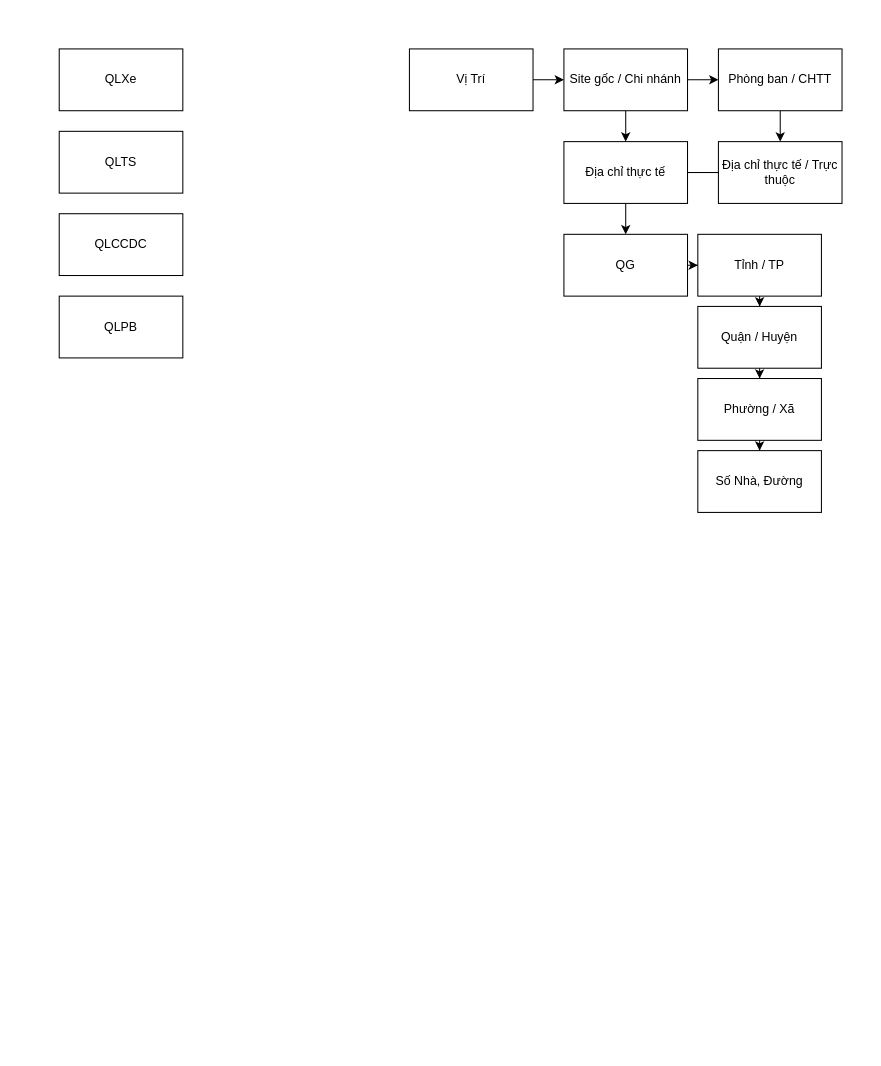
The draw.io diagram MAA.drawio in NTcse/draw, before the edit. Source tidied: cells renumbered, new cells numbered last; positions are measured from the earlier drawing's top-left corner, leaving out a move shared by most shapes. Both pictures are drawn from the tidied source at 103%, with x=0, y=0 at pixel (59, 48).
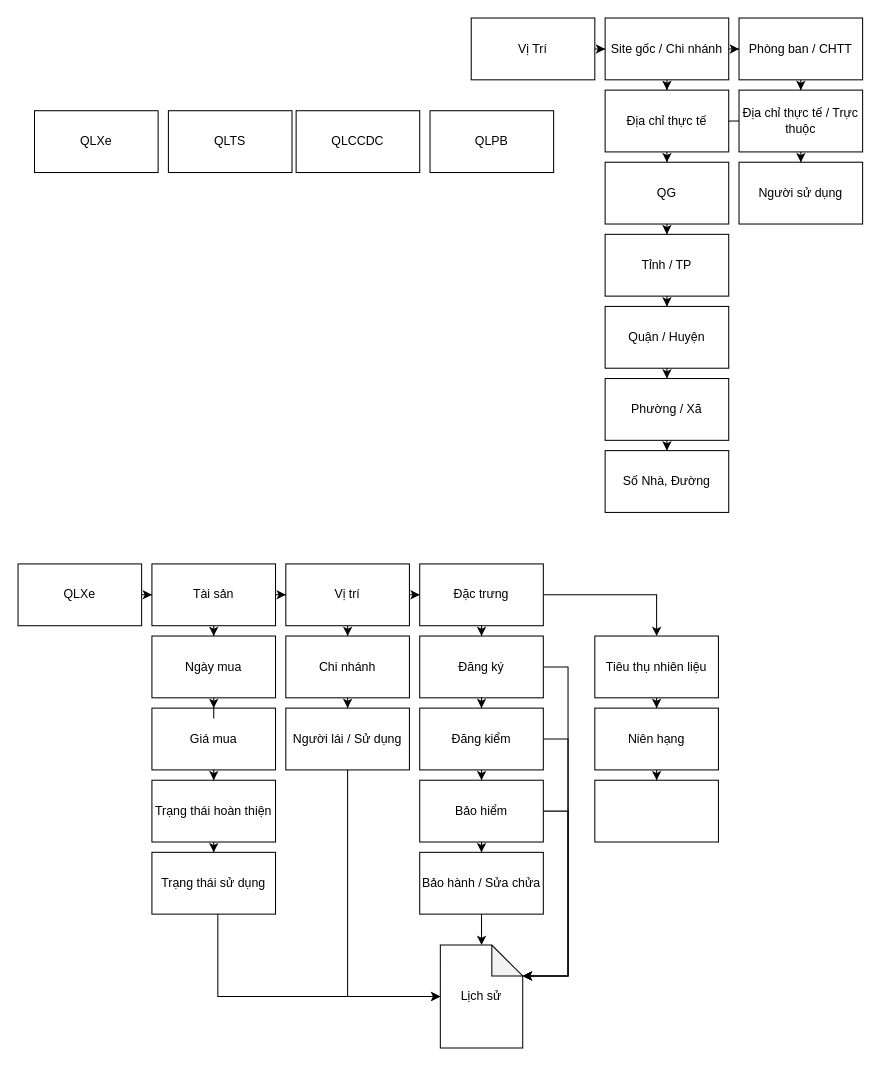
The same diagram, later.

Commit message (it also covers changes not shown here):
Cập nhật MAA.drawio

Diff of the diagram source:
```diff
@@
     <mxCell id="2" value="QLXe" style="rounded=0;whiteSpace=wrap;html=1;" parent="1" vertex="1">
-      <mxGeometry width="120" height="60" as="geometry" />
+      <mxGeometry x="-24" y="60" width="120" height="60" as="geometry" />
     </mxCell>
     <mxCell id="3" value="QLTS" style="rounded=0;whiteSpace=wrap;html=1;" parent="1" vertex="1">
-      <mxGeometry y="80" width="120" height="60" as="geometry" />
+      <mxGeometry x="106" y="60" width="120" height="60" as="geometry" />
     </mxCell>
     <mxCell id="4" value="QLCCDC" style="rounded=0;whiteSpace=wrap;html=1;" parent="1" vertex="1">
-      <mxGeometry y="160" width="120" height="60" as="geometry" />
+      <mxGeometry x="230" y="60" width="120" height="60" as="geometry" />
     </mxCell>
     <mxCell id="5" value="QLPB" style="rounded=0;whiteSpace=wrap;html=1;" parent="1" vertex="1">
-      <mxGeometry y="240" width="120" height="60" as="geometry" />
+      <mxGeometry x="360" y="60" width="120" height="60" as="geometry" />
     </mxCell>
@@
     <mxCell id="7" value="Vị Trí" style="rounded=0;whiteSpace=wrap;html=1;" parent="1" vertex="1">
-      <mxGeometry x="340" width="120" height="60" as="geometry" />
+      <mxGeometry x="400" y="-30" width="120" height="60" as="geometry" />
     </mxCell>
@@
     <mxCell id="10" value="Site gốc / Chi nhánh" style="rounded=0;whiteSpace=wrap;html=1;" parent="1" vertex="1">
-      <mxGeometry x="490" width="120" height="60" as="geometry" />
+      <mxGeometry x="530" y="-30" width="120" height="60" as="geometry" />
     </mxCell>
@@
     <mxCell id="12" value="Phòng ban / CHTT" style="rounded=0;whiteSpace=wrap;html=1;" parent="1" vertex="1">
-      <mxGeometry x="640" width="120" height="60" as="geometry" />
+      <mxGeometry x="660" y="-30" width="120" height="60" as="geometry" />
     </mxCell>
@@
     <mxCell id="14" value="Địa chỉ thực tế" style="rounded=0;whiteSpace=wrap;html=1;" parent="1" vertex="1">
-      <mxGeometry x="490" y="90" width="120" height="60" as="geometry" />
+      <mxGeometry x="530" y="40" width="120" height="60" as="geometry" />
     </mxCell>
+    <mxCell id="26" style="edgeStyle=orthogonalEdgeStyle;rounded=0;jettySize=auto;html=1;" parent="1" edge="1" source="15" target="51">
+      <mxGeometry relative="1" as="geometry" />
+    </mxCell>
     <mxCell id="15" value="Địa chỉ thực tế / Trực thuộc" style="rounded=0;whiteSpace=wrap;html=1;" parent="1" vertex="1">
-      <mxGeometry x="640" y="90" width="120" height="60" as="geometry" />
+      <mxGeometry x="660" y="40" width="120" height="60" as="geometry" />
     </mxCell>
@@
     <mxCell id="18" value="QG" style="rounded=0;whiteSpace=wrap;html=1;" parent="1" vertex="1">
-      <mxGeometry x="490" y="180" width="120" height="60" as="geometry" />
+      <mxGeometry x="530" y="110" width="120" height="60" as="geometry" />
     </mxCell>
@@
     <mxCell id="20" value="Tỉnh / TP" style="rounded=0;whiteSpace=wrap;html=1;" parent="1" vertex="1">
-      <mxGeometry x="620" y="180" width="120" height="60" as="geometry" />
+      <mxGeometry x="530" y="180" width="120" height="60" as="geometry" />
     </mxCell>
@@
     <mxCell id="22" value="Quận / Huyện" style="whiteSpace=wrap;html=1;rounded=0;" parent="1" vertex="1">
-      <mxGeometry x="620" y="250" width="120" height="60" as="geometry" />
+      <mxGeometry x="530" y="250" width="120" height="60" as="geometry" />
     </mxCell>
@@
     <mxCell id="24" value="Phường / Xã" style="whiteSpace=wrap;html=1;rounded=0;" parent="1" vertex="1">
-      <mxGeometry x="620" y="320" width="120" height="60" as="geometry" />
+      <mxGeometry x="530" y="320" width="120" height="60" as="geometry" />
     </mxCell>
     <mxCell id="25" value="Số Nhà, Đường" style="whiteSpace=wrap;html=1;rounded=0;" parent="1" vertex="1">
-      <mxGeometry x="620" y="390" width="120" height="60" as="geometry" />
+      <mxGeometry x="530" y="390" width="120" height="60" as="geometry" />
     </mxCell>
+    <mxCell id="27" style="edgeStyle=orthogonalEdgeStyle;rounded=0;jettySize=auto;html=1;" parent="1" edge="1" source="28" target="31">
+      <mxGeometry relative="1" as="geometry" />
+    </mxCell>
+    <mxCell id="28" value="QLXe" style="rounded=0;whiteSpace=wrap;html=1;" parent="1" vertex="1">
+      <mxGeometry x="-40" y="500" width="120" height="60" as="geometry" />
+    </mxCell>
+    <mxCell id="29" style="edgeStyle=orthogonalEdgeStyle;rounded=0;jettySize=auto;html=1;" parent="1" edge="1" source="31" target="34">
+      <mxGeometry relative="1" as="geometry" />
+    </mxCell>
+    <mxCell id="30" style="edgeStyle=orthogonalEdgeStyle;rounded=0;jettySize=auto;html=1;" parent="1" edge="1" source="31" target="64">
+      <mxGeometry relative="1" as="geometry" />
+    </mxCell>
+    <mxCell id="31" value="Tài sản" style="whiteSpace=wrap;html=1;rounded=0;" parent="1" vertex="1">
+      <mxGeometry x="90" y="500" width="120" height="60" as="geometry" />
+    </mxCell>
+    <mxCell id="32" style="edgeStyle=orthogonalEdgeStyle;rounded=0;jettySize=auto;html=1;" parent="1" edge="1" source="34" target="37">
+      <mxGeometry relative="1" as="geometry" />
+    </mxCell>
+    <mxCell id="33" style="edgeStyle=orthogonalEdgeStyle;rounded=0;jettySize=auto;html=1;" parent="1" edge="1" source="34" target="50">
+      <mxGeometry relative="1" as="geometry" />
+    </mxCell>
+    <mxCell id="34" value="Vị trí" style="whiteSpace=wrap;html=1;rounded=0;" parent="1" vertex="1">
+      <mxGeometry x="220" y="500" width="120" height="60" as="geometry" />
+    </mxCell>
+    <mxCell id="35" style="edgeStyle=orthogonalEdgeStyle;rounded=0;jettySize=auto;html=1;" parent="1" edge="1" source="37" target="40">
+      <mxGeometry relative="1" as="geometry" />
+    </mxCell>
+    <mxCell id="36" style="edgeStyle=orthogonalEdgeStyle;rounded=0;jettySize=auto;html=1;" parent="1" edge="1" source="37" target="62">
+      <mxGeometry relative="1" as="geometry" />
+    </mxCell>
+    <mxCell id="37" value="Đặc trưng" style="whiteSpace=wrap;html=1;rounded=0;" parent="1" vertex="1">
+      <mxGeometry x="350" y="500" width="120" height="60" as="geometry" />
+    </mxCell>
+    <mxCell id="38" style="edgeStyle=orthogonalEdgeStyle;rounded=0;jettySize=auto;html=1;" parent="1" edge="1" source="40" target="43">
+      <mxGeometry relative="1" as="geometry" />
+    </mxCell>
+    <mxCell id="39" style="edgeStyle=orthogonalEdgeStyle;rounded=0;jettySize=auto;html=1;" parent="1" edge="1" source="40" target="56">
+      <mxGeometry relative="1" as="geometry">
+        <Array as="points">
+          <mxPoint x="494" y="600" />
+          <mxPoint x="494" y="900" />
+        </Array>
+      </mxGeometry>
+    </mxCell>
+    <mxCell id="40" value="Đăng ký" style="whiteSpace=wrap;html=1;rounded=0;" parent="1" vertex="1">
+      <mxGeometry x="350" y="570" width="120" height="60" as="geometry" />
+    </mxCell>
+    <mxCell id="41" style="edgeStyle=orthogonalEdgeStyle;rounded=0;jettySize=auto;html=1;" parent="1" edge="1" source="43" target="46">
+      <mxGeometry relative="1" as="geometry" />
+    </mxCell>
+    <mxCell id="42" style="edgeStyle=orthogonalEdgeStyle;rounded=0;jettySize=auto;html=1;" parent="1" edge="1" source="43" target="56">
+      <mxGeometry relative="1" as="geometry">
+        <Array as="points">
+          <mxPoint x="494" y="670" />
+          <mxPoint x="494" y="900" />
+        </Array>
+      </mxGeometry>
+    </mxCell>
+    <mxCell id="43" value="Đăng kiểm" style="whiteSpace=wrap;html=1;rounded=0;" parent="1" vertex="1">
+      <mxGeometry x="350" y="640" width="120" height="60" as="geometry" />
+    </mxCell>
+    <mxCell id="44" style="edgeStyle=orthogonalEdgeStyle;rounded=0;jettySize=auto;html=1;" parent="1" edge="1" source="46" target="48">
+      <mxGeometry relative="1" as="geometry" />
+    </mxCell>
+    <mxCell id="45" style="edgeStyle=orthogonalEdgeStyle;rounded=0;jettySize=auto;html=1;" parent="1" edge="1" source="46" target="56">
+      <mxGeometry relative="1" as="geometry">
+        <Array as="points">
+          <mxPoint x="494" y="740" />
+          <mxPoint x="494" y="900" />
+        </Array>
+      </mxGeometry>
+    </mxCell>
+    <mxCell id="46" value="Bảo hiểm" style="whiteSpace=wrap;html=1;rounded=0;" parent="1" vertex="1">
+      <mxGeometry x="350" y="710" width="120" height="60" as="geometry" />
+    </mxCell>
+    <mxCell id="47" style="edgeStyle=orthogonalEdgeStyle;rounded=0;jettySize=auto;html=1;" parent="1" edge="1" source="48" target="56">
+      <mxGeometry relative="1" as="geometry" />
+    </mxCell>
+    <mxCell id="48" value="Bảo hành / Sửa chửa" style="whiteSpace=wrap;html=1;rounded=0;" parent="1" vertex="1">
+      <mxGeometry x="350" y="780" width="120" height="60" as="geometry" />
+    </mxCell>
+    <mxCell id="49" style="edgeStyle=orthogonalEdgeStyle;rounded=0;jettySize=auto;html=1;" parent="1" edge="1" source="50" target="53">
+      <mxGeometry relative="1" as="geometry" />
+    </mxCell>
+    <mxCell id="50" value="Chi nhánh" style="whiteSpace=wrap;html=1;rounded=0;" parent="1" vertex="1">
+      <mxGeometry x="220" y="570" width="120" height="60" as="geometry" />
+    </mxCell>
+    <mxCell id="51" value="Người sử dụng" style="whiteSpace=wrap;html=1;rounded=0;" parent="1" vertex="1">
+      <mxGeometry x="660" y="110" width="120" height="60" as="geometry" />
+    </mxCell>
+    <mxCell id="52" style="edgeStyle=orthogonalEdgeStyle;rounded=0;jettySize=auto;html=1;" parent="1" edge="1" source="53" target="56">
+      <mxGeometry relative="1" as="geometry">
+        <Array as="points">
+          <mxPoint x="280" y="920" />
+        </Array>
+      </mxGeometry>
+    </mxCell>
+    <mxCell id="53" value="Người lái / Sử dụng" style="whiteSpace=wrap;html=1;rounded=0;" parent="1" vertex="1">
+      <mxGeometry x="220" y="640" width="120" height="60" as="geometry" />
+    </mxCell>
+    <mxCell id="54" style="edgeStyle=orthogonalEdgeStyle;rounded=0;jettySize=auto;html=1;" parent="1" edge="1" source="55" target="58">
+      <mxGeometry relative="1" as="geometry" />
+    </mxCell>
+    <mxCell id="55" value="Giá mua" style="whiteSpace=wrap;html=1;rounded=0;" parent="1" vertex="1">
+      <mxGeometry x="90" y="640" width="120" height="60" as="geometry" />
+    </mxCell>
+    <mxCell id="56" value="Lịch sử" style="shape=note;whiteSpace=wrap;html=1;backgroundOutline=1;darkOpacity=0.05;" parent="1" vertex="1">
+      <mxGeometry x="370" y="870" width="80" height="100" as="geometry" />
+    </mxCell>
+    <mxCell id="57" style="edgeStyle=orthogonalEdgeStyle;rounded=0;jettySize=auto;html=1;" parent="1" edge="1" source="58" target="60">
+      <mxGeometry relative="1" as="geometry" />
+    </mxCell>
+    <mxCell id="58" value="Trạng thái hoàn thiện" style="whiteSpace=wrap;html=1;rounded=0;" parent="1" vertex="1">
+      <mxGeometry x="90" y="710" width="120" height="60" as="geometry" />
+    </mxCell>
+    <mxCell id="59" style="edgeStyle=orthogonalEdgeStyle;rounded=0;jettySize=auto;html=1;" parent="1" edge="1" source="60" target="56">
+      <mxGeometry relative="1" as="geometry">
+        <Array as="points">
+          <mxPoint x="154" y="920" />
+        </Array>
+      </mxGeometry>
+    </mxCell>
+    <mxCell id="60" value="Trạng thái sử dụng" style="whiteSpace=wrap;html=1;rounded=0;" parent="1" vertex="1">
+      <mxGeometry x="90" y="780" width="120" height="60" as="geometry" />
+    </mxCell>
+    <mxCell id="61" style="edgeStyle=orthogonalEdgeStyle;rounded=0;jettySize=auto;html=1;" parent="1" edge="1" source="62" target="66">
+      <mxGeometry relative="1" as="geometry" />
+    </mxCell>
+    <mxCell id="62" value="Tiêu thụ nhiên liệu" style="whiteSpace=wrap;html=1;rounded=0;" parent="1" vertex="1">
+      <mxGeometry x="520" y="570" width="120" height="60" as="geometry" />
+    </mxCell>
+    <mxCell id="63" style="edgeStyle=orthogonalEdgeStyle;rounded=0;jettySize=auto;html=1;entryX=0.5;entryY=0;entryDx=0;entryDy=0;" parent="1" edge="1" source="64" target="55">
+      <mxGeometry relative="1" as="geometry" />
+    </mxCell>
+    <mxCell id="64" value="Ngày mua" style="rounded=0;whiteSpace=wrap;html=1;" parent="1" vertex="1">
+      <mxGeometry x="90" y="570" width="120" height="60" as="geometry" />
+    </mxCell>
+    <mxCell id="65" style="edgeStyle=orthogonalEdgeStyle;rounded=0;jettySize=auto;html=1;" parent="1" edge="1" source="66" target="67">
+      <mxGeometry relative="1" as="geometry" />
+    </mxCell>
+    <mxCell id="66" value="Niên hạng" style="whiteSpace=wrap;html=1;rounded=0;" parent="1" vertex="1">
+      <mxGeometry x="520" y="640" width="120" height="60" as="geometry" />
+    </mxCell>
+    <mxCell id="67" style="whiteSpace=wrap;html=1;rounded=0;" parent="1" vertex="1">
+      <mxGeometry x="520" y="710" width="120" height="60" as="geometry" />
+    </mxCell>
```
